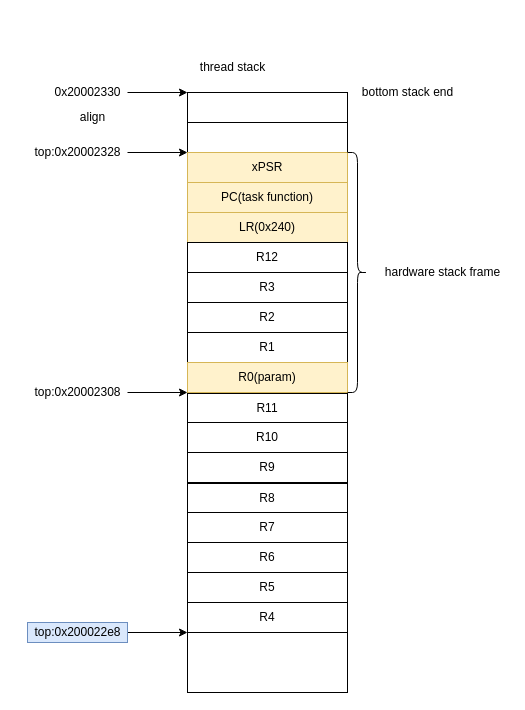
Earlier version of the draw.io diagram threadx.drawio (thomas-coding/drawio). Source tidied: cells renumbered, new cells numbered last; positions are measured from the earlier drawing's top-left corner, leaving out a move shared by most shapes. Both pictures are drawn from the tidied source at 100%, with x=0, y=0 at pixel (27, 52).
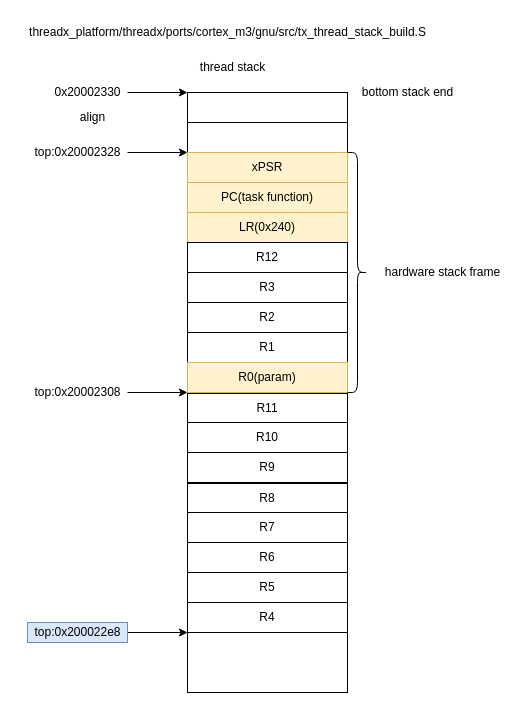
The same page after the edit.

Change to the diagram source:
```diff
@@
+    <mxCell id="34" value="threadx_platform/threadx/ports/cortex_m3/gnu/src/tx_thread_stack_build.S" style="text;html=1;align=center;verticalAlign=middle;strokeColor=none;fillColor=none;" parent="1" vertex="1">
+      <mxGeometry x="-10" y="-35" width="420" height="30" as="geometry" />
+    </mxCell>
```
